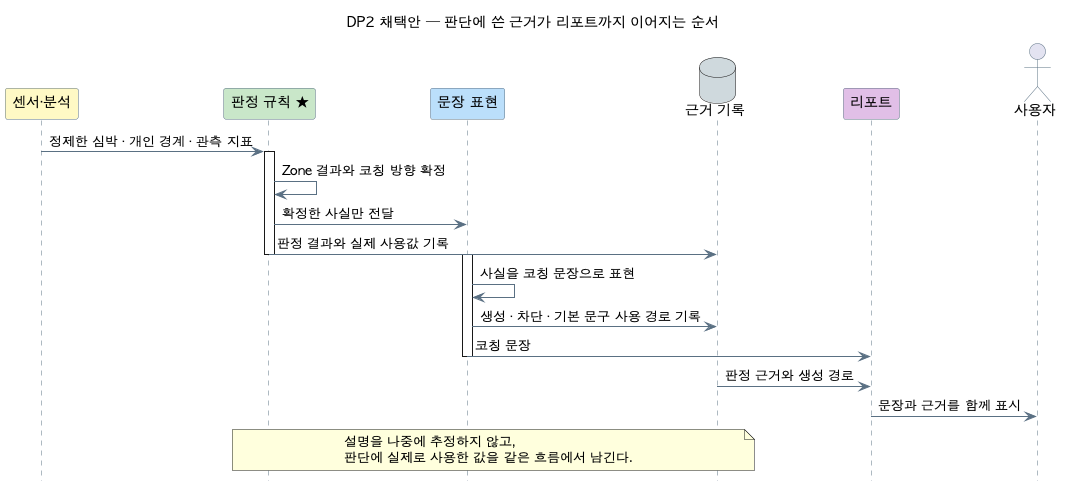
This is arch/dp/dp-01-explainability/images/dp-01-explainability-detail.png from tenyearslove/zone2runner, a PlantUML export, as it was before one commit.
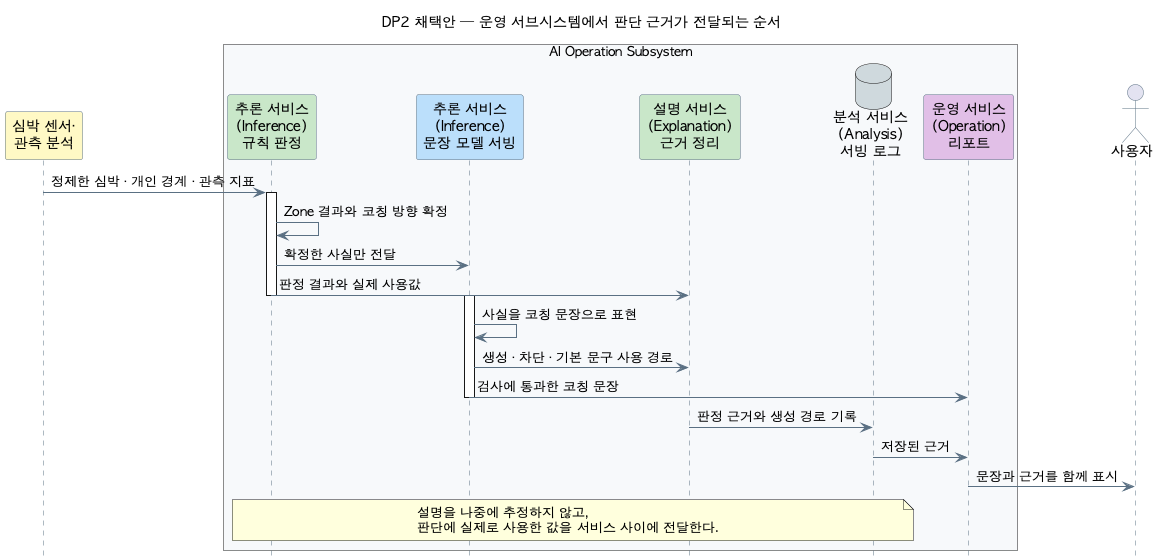
The same file after the commit.

Change to the diagram source:
```diff
@@ -1,5 +1,5 @@
 @startuml
-title DP2 채택안 — 판단에 쓴 근거가 리포트까지 이어지는 순서
+title DP2 채택안 — 운영 서브시스템에서 판단 근거가 전달되는 순서
 
 skinparam defaultFontName "AppleGothic"
 skinparam shadowing false
@@ -12,31 +12,37 @@
   ActorBorderColor #5B7083
 }
 
-participant "센서·분석" as INPUT #FFF9C4
-participant "판정 규칙 ★" as DECISION #C8E6C9
-participant "문장 표현" as WORDS #BBDEFB
-database "근거 기록" as RECORD #CFD8DC
-participant "리포트" as REPORT #E1BEE7
+participant "심박 센서·\n관측 분석" as INPUT #FFF9C4
+
+box "AI Operation Subsystem" #F7F9FB
+participant "추론 서비스\n(Inference)\n규칙 판정" as DECISION #C8E6C9
+participant "추론 서비스\n(Inference)\n문장 모델 서빙" as WORDS #BBDEFB
+participant "설명 서비스\n(Explanation)\n근거 정리" as EXPLAIN #C8E6C9
+database "분석 서비스\n(Analysis)\n서빙 로그" as RECORD #CFD8DC
+participant "운영 서비스\n(Operation)\n리포트" as REPORT #E1BEE7
+end box
+
 actor "사용자" as USER
 
 INPUT -> DECISION : 정제한 심박 · 개인 경계 · 관측 지표
 activate DECISION
 DECISION -> DECISION : Zone 결과와 코칭 방향 확정
 DECISION -> WORDS : 확정한 사실만 전달
-DECISION -> RECORD : 판정 결과와 실제 사용값 기록
+DECISION -> EXPLAIN : 판정 결과와 실제 사용값
 deactivate DECISION
 
 activate WORDS
 WORDS -> WORDS : 사실을 코칭 문장으로 표현
-WORDS -> RECORD : 생성 · 차단 · 기본 문구 사용 경로 기록
-WORDS -> REPORT : 코칭 문장
+WORDS -> EXPLAIN : 생성 · 차단 · 기본 문구 사용 경로
+WORDS -> REPORT : 검사에 통과한 코칭 문장
 deactivate WORDS
 
-RECORD -> REPORT : 판정 근거와 생성 경로
+EXPLAIN -> RECORD : 판정 근거와 생성 경로 기록
+RECORD -> REPORT : 저장된 근거
 REPORT -> USER : 문장과 근거를 함께 표시
 
 note over DECISION, RECORD
   설명을 나중에 추정하지 않고,
-  판단에 실제로 사용한 값을 같은 흐름에서 남긴다.
+  판단에 실제로 사용한 값을 서비스 사이에 전달한다.
 end note
 @enduml
```
